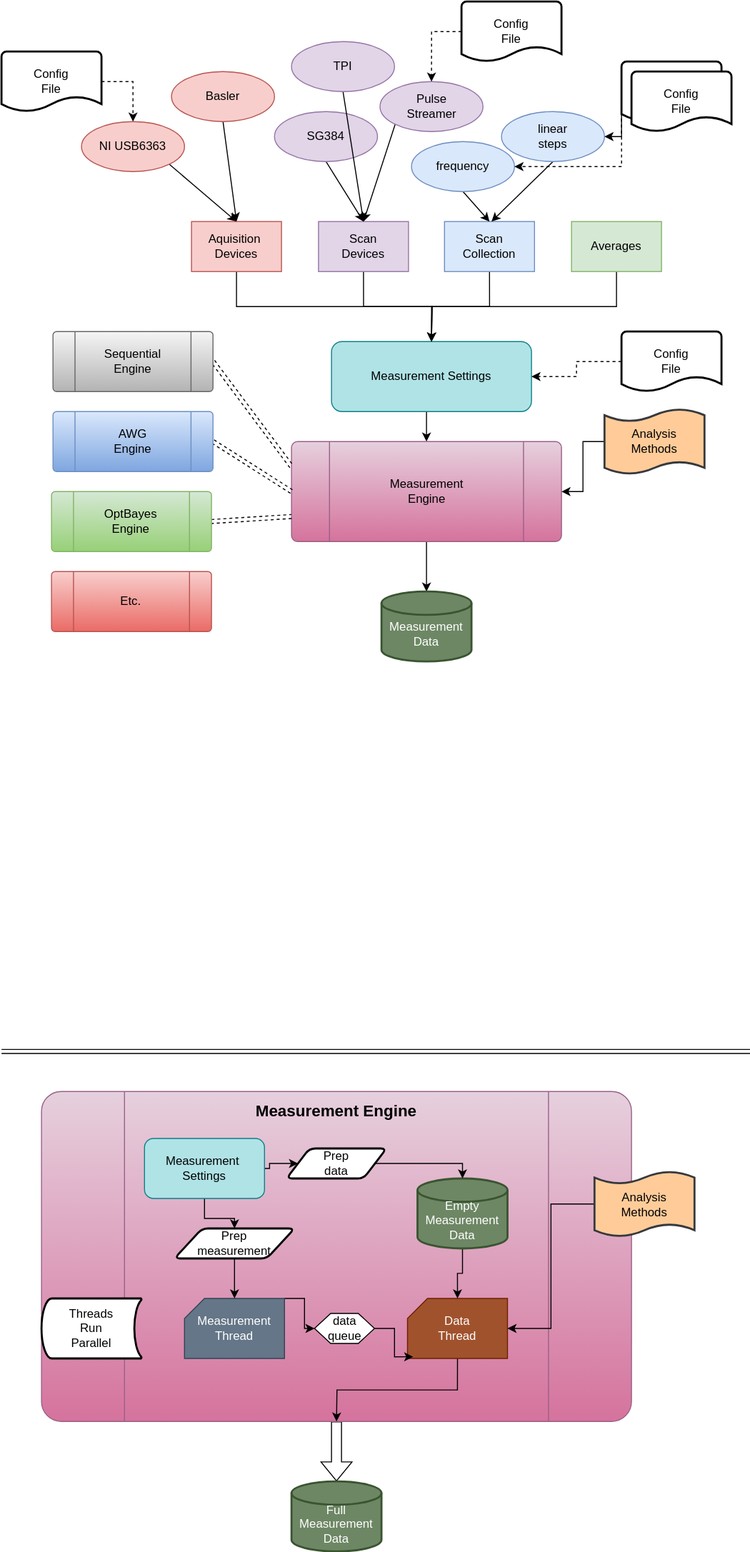
olssonks/baecon keeps this draw.io diagram as Baecon_overview.svg. Above is the earlier version. Source tidied: cells renumbered, new cells last; positions are measured from the earlier drawing's top-left corner, leaving out a move shared by most shapes.
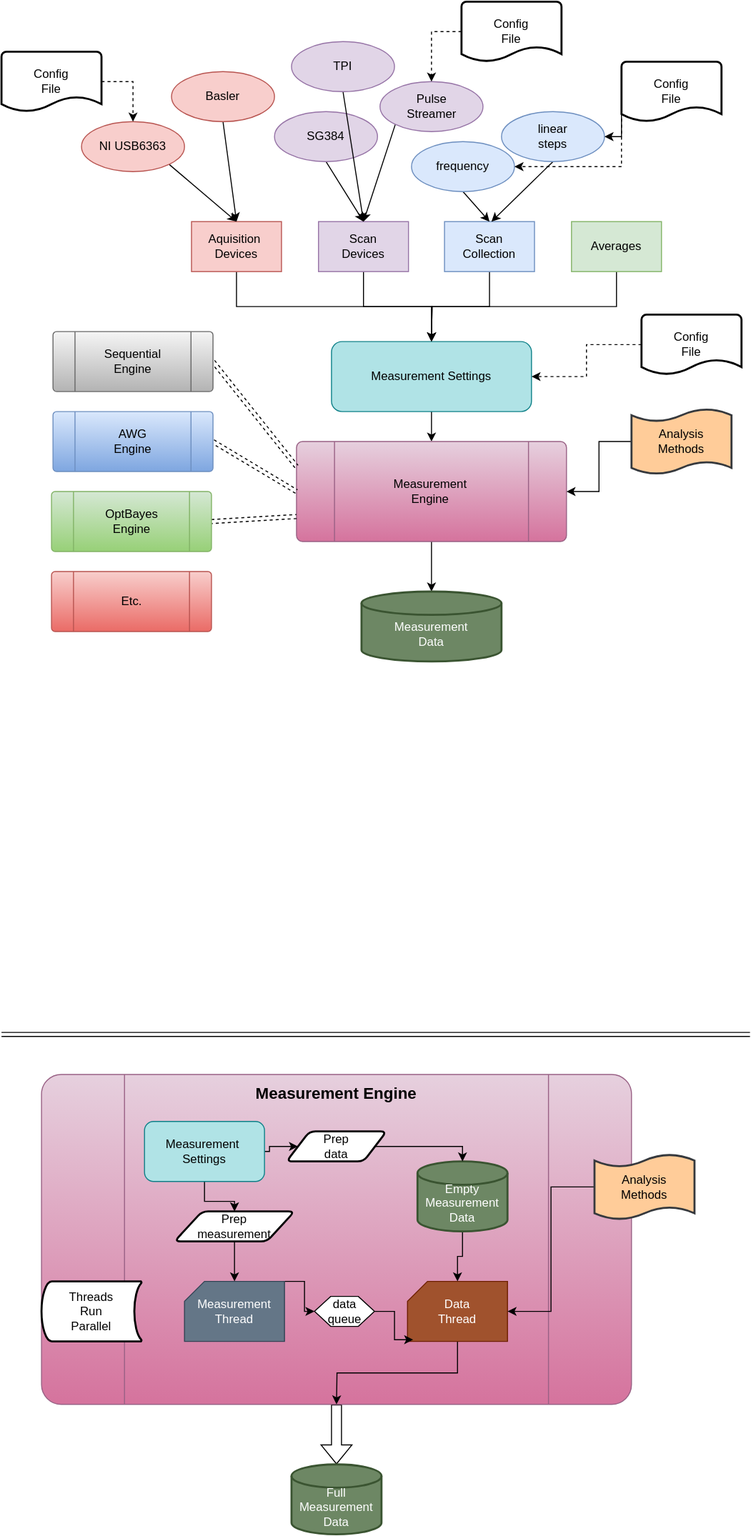
After the change.

Diff of the diagram source:
```diff
@@ -86,7 +86,7 @@
       <mxGeometry relative="1" as="geometry" />
     </mxCell>
     <mxCell id="27" value="&lt;div&gt;Measurement&lt;/div&gt;&lt;div&gt;Engine&lt;br&gt;&lt;/div&gt;" style="verticalLabelPosition=middle;verticalAlign=middle;html=1;shape=process;whiteSpace=wrap;rounded=1;size=0.14;arcSize=6;labelPosition=center;align=center;fillColor=#e6d0de;gradientColor=#d5739d;strokeColor=#996185;" parent="1" vertex="1">
-      <mxGeometry x="290" y="440" width="270" height="100" as="geometry" />
+      <mxGeometry x="295" y="440" width="270" height="100" as="geometry" />
     </mxCell>
     <mxCell id="28" style="rounded=0;jettySize=auto;html=1;exitX=1;exitY=0.5;exitDx=0;exitDy=0;entryX=0;entryY=0.25;entryDx=0;entryDy=0;shadow=0;shape=link;dashed=1;" parent="1" edge="1" source="29" target="27">
       <mxGeometry relative="1" as="geometry" />
@@ -110,21 +110,21 @@
       <mxGeometry relative="1" as="geometry" />
     </mxCell>
     <mxCell id="35" value="&lt;div&gt;Analysis&lt;/div&gt;&lt;div&gt;Methods&lt;br&gt;&lt;/div&gt;" style="shape=tape;whiteSpace=wrap;html=1;strokeWidth=2;size=0.19;fillColor=#ffcc99;strokeColor=#36393d;" parent="1" vertex="1">
-      <mxGeometry x="603" y="407.5" width="100" height="65" as="geometry" />
+      <mxGeometry x="630" y="407.5" width="100" height="65" as="geometry" />
     </mxCell>
     <mxCell id="36" value="&lt;div&gt;Measurement&lt;/div&gt;&lt;div&gt;Data&lt;br&gt;&lt;/div&gt;" style="strokeWidth=2;html=1;shape=mxgraph.flowchart.database;whiteSpace=wrap;spacingTop=15;fillColor=#6d8764;fontColor=#ffffff;strokeColor=#3A5431;" parent="1" vertex="1">
-      <mxGeometry x="380" y="590" width="90" height="70" as="geometry" />
+      <mxGeometry x="360" y="590" width="140" height="70" as="geometry" />
     </mxCell>
     <mxCell id="37" style="edgeStyle=orthogonalEdgeStyle;rounded=0;jettySize=auto;html=1;exitX=0.5;exitY=1;exitDx=0;exitDy=0;entryX=0.5;entryY=0;entryDx=0;entryDy=0;entryPerimeter=0;shape=flexArrow;" parent="1" edge="1" source="38" target="63">
       <mxGeometry relative="1" as="geometry" />
     </mxCell>
     <mxCell id="38" value="&lt;font style=&quot;font-size: 16px;&quot;&gt;&lt;b&gt;Measurement Engine&lt;br&gt;&lt;/b&gt;&lt;/font&gt;" style="verticalLabelPosition=top;verticalAlign=bottom;html=1;shape=process;whiteSpace=wrap;rounded=1;size=0.14;arcSize=6;labelPosition=center;align=center;fillColor=#e6d0de;gradientColor=#d5739d;strokeColor=#996185;spacing=-29;spacingTop=0;" parent="1" vertex="1">
-      <mxGeometry x="40" y="1090" width="590" height="330" as="geometry" />
+      <mxGeometry x="40" y="1073" width="590" height="330" as="geometry" />
     </mxCell>
     <mxCell id="39" style="shape=link;html=1;rounded=0;" parent="1" edge="1">
       <mxGeometry relative="1" as="geometry">
-        <mxPoint y="1050" as="sourcePoint" />
-        <mxPoint x="748.5" y="1050" as="targetPoint" />
+        <mxPoint y="1033" as="sourcePoint" />
+        <mxPoint x="748.5" y="1033" as="targetPoint" />
       </mxGeometry>
     </mxCell>
     <mxCell id="40" style="edgeStyle=orthogonalEdgeStyle;rounded=0;jettySize=auto;html=1;exitX=1;exitY=0.5;exitDx=0;exitDy=0;exitPerimeter=0;entryX=0.5;entryY=0;entryDx=0;entryDy=0;dashed=1;" parent="1" edge="1" source="41" target="13">
@@ -159,8 +159,8 @@
     <mxCell id="47" style="edgeStyle=orthogonalEdgeStyle;rounded=0;jettySize=auto;html=1;exitX=1;exitY=0.5;exitDx=0;exitDy=0;entryX=0;entryY=0.5;entryDx=0;entryDy=0;" parent="1" edge="1" source="49" target="60">
       <mxGeometry relative="1" as="geometry">
         <Array as="points">
-          <mxPoint x="268" y="1167" />
-          <mxPoint x="268" y="1162" />
+          <mxPoint x="268" y="1150" />
+          <mxPoint x="268" y="1145" />
         </Array>
       </mxGeometry>
     </mxCell>
@@ -168,75 +168,72 @@
       <mxGeometry relative="1" as="geometry" />
     </mxCell>
     <mxCell id="49" value="&lt;div&gt;Measurement&amp;nbsp;&lt;/div&gt;&lt;div&gt;Settings&lt;/div&gt;" style="rounded=1;whiteSpace=wrap;html=1;fillColor=#b0e3e6;strokeColor=#0e8088;" parent="1" vertex="1">
-      <mxGeometry x="143" y="1137" width="120" height="60" as="geometry" />
+      <mxGeometry x="143" y="1120" width="120" height="60" as="geometry" />
     </mxCell>
     <mxCell id="50" style="edgeStyle=orthogonalEdgeStyle;rounded=0;jettySize=auto;html=1;exitX=1;exitY=0;exitDx=0;exitDy=0;exitPerimeter=0;entryX=0;entryY=0.5;entryDx=0;entryDy=0;" parent="1" edge="1" source="51" target="58">
       <mxGeometry relative="1" as="geometry">
         <Array as="points">
-          <mxPoint x="303" y="1297" />
-          <mxPoint x="303" y="1327" />
+          <mxPoint x="303" y="1280" />
+          <mxPoint x="303" y="1310" />
         </Array>
       </mxGeometry>
     </mxCell>
     <mxCell id="51" value="&lt;div&gt;Measurement&lt;/div&gt;&lt;div&gt;Thread&lt;br&gt;&lt;/div&gt;" style="verticalLabelPosition=middle;verticalAlign=middle;html=1;shape=card;whiteSpace=wrap;size=20;arcSize=12;labelPosition=center;align=center;fillColor=#647687;fontColor=#ffffff;strokeColor=#314354;" parent="1" vertex="1">
-      <mxGeometry x="183" y="1297" width="100" height="60" as="geometry" />
+      <mxGeometry x="183" y="1280" width="100" height="60" as="geometry" />
     </mxCell>
     <mxCell id="52" style="edgeStyle=orthogonalEdgeStyle;rounded=0;jettySize=auto;html=1;exitX=0.5;exitY=1;exitDx=0;exitDy=0;exitPerimeter=0;" parent="1" edge="1" source="53">
       <mxGeometry relative="1" as="geometry">
-        <mxPoint x="335" y="1420" as="targetPoint" />
+        <mxPoint x="335" y="1403" as="targetPoint" />
       </mxGeometry>
     </mxCell>
     <mxCell id="53" value="&lt;div&gt;Data&lt;br&gt;&lt;/div&gt;&lt;div&gt;Thread&lt;br&gt;&lt;/div&gt;" style="verticalLabelPosition=middle;verticalAlign=middle;html=1;shape=card;whiteSpace=wrap;size=20;arcSize=12;labelPosition=center;align=center;fillColor=#a0522d;fontColor=#ffffff;strokeColor=#6D1F00;" parent="1" vertex="1">
-      <mxGeometry x="406" y="1297" width="100" height="60" as="geometry" />
+      <mxGeometry x="406" y="1280" width="100" height="60" as="geometry" />
     </mxCell>
     <mxCell id="54" style="edgeStyle=orthogonalEdgeStyle;rounded=0;jettySize=auto;html=1;exitX=0.5;exitY=1;exitDx=0;exitDy=0;exitPerimeter=0;entryX=0.5;entryY=0;entryDx=0;entryDy=0;entryPerimeter=0;" parent="1" edge="1" source="55" target="53">
       <mxGeometry relative="1" as="geometry" />
     </mxCell>
     <mxCell id="55" value="&lt;div&gt;Empty&lt;br&gt;&lt;/div&gt;&lt;div&gt;Measurement&lt;/div&gt;&lt;div&gt;Data&lt;br&gt;&lt;/div&gt;" style="strokeWidth=2;html=1;shape=mxgraph.flowchart.database;whiteSpace=wrap;spacingTop=15;fillColor=#6d8764;fontColor=#ffffff;strokeColor=#3A5431;" parent="1" vertex="1">
-      <mxGeometry x="416" y="1177" width="90" height="70" as="geometry" />
+      <mxGeometry x="416" y="1160" width="90" height="70" as="geometry" />
     </mxCell>
     <mxCell id="56" value="&lt;div&gt;Threads&lt;/div&gt;&lt;div&gt;Run&lt;/div&gt;&lt;div&gt;Parallel&lt;br&gt;&lt;/div&gt;" style="strokeWidth=2;html=1;shape=mxgraph.flowchart.stored_data;whiteSpace=wrap;" parent="1" vertex="1">
-      <mxGeometry x="40" y="1297" width="100" height="60" as="geometry" />
+      <mxGeometry x="40" y="1280" width="100" height="60" as="geometry" />
     </mxCell>
     <mxCell id="57" style="edgeStyle=orthogonalEdgeStyle;rounded=0;jettySize=auto;html=1;exitX=1;exitY=0.5;exitDx=0;exitDy=0;entryX=0.057;entryY=0.972;entryDx=0;entryDy=0;entryPerimeter=0;" parent="1" edge="1" source="58" target="53">
       <mxGeometry relative="1" as="geometry" />
     </mxCell>
     <mxCell id="58" value="&lt;div&gt;data&lt;/div&gt;&lt;div&gt;queue&lt;/div&gt;" style="verticalLabelPosition=middle;verticalAlign=middle;html=1;shape=hexagon;perimeter=hexagonPerimeter2;arcSize=6;size=0.27;labelPosition=center;align=center;" parent="1" vertex="1">
-      <mxGeometry x="313" y="1312" width="60" height="30" as="geometry" />
+      <mxGeometry x="313" y="1295" width="60" height="30" as="geometry" />
     </mxCell>
     <mxCell id="59" style="edgeStyle=orthogonalEdgeStyle;rounded=0;jettySize=auto;html=1;exitX=1;exitY=0.5;exitDx=0;exitDy=0;entryX=0.5;entryY=0;entryDx=0;entryDy=0;entryPerimeter=0;" parent="1" edge="1" source="60" target="55">
       <mxGeometry relative="1" as="geometry">
         <Array as="points">
-          <mxPoint x="461" y="1162" />
+          <mxPoint x="461" y="1145" />
         </Array>
       </mxGeometry>
     </mxCell>
     <mxCell id="60" value="&lt;div&gt;Prep&lt;/div&gt;&lt;div&gt;data&lt;br&gt;&lt;/div&gt;" style="shape=parallelogram;html=1;strokeWidth=2;perimeter=parallelogramPerimeter;whiteSpace=wrap;rounded=1;arcSize=12;size=0.23;" parent="1" vertex="1">
-      <mxGeometry x="285" y="1147" width="100" height="30" as="geometry" />
+      <mxGeometry x="285" y="1130" width="100" height="30" as="geometry" />
     </mxCell>
     <mxCell id="61" style="edgeStyle=orthogonalEdgeStyle;rounded=0;jettySize=auto;html=1;exitX=0.5;exitY=1;exitDx=0;exitDy=0;entryX=0.5;entryY=0;entryDx=0;entryDy=0;entryPerimeter=0;" parent="1" edge="1" source="62" target="51">
       <mxGeometry relative="1" as="geometry" />
     </mxCell>
     <mxCell id="62" value="&lt;div&gt;Prep&lt;/div&gt;&lt;div&gt;measurement&lt;br&gt;&lt;/div&gt;" style="shape=parallelogram;html=1;strokeWidth=2;perimeter=parallelogramPerimeter;whiteSpace=wrap;rounded=1;arcSize=12;size=0.23;" parent="1" vertex="1">
-      <mxGeometry x="173" y="1227" width="120" height="30" as="geometry" />
+      <mxGeometry x="173" y="1210" width="120" height="30" as="geometry" />
     </mxCell>
     <mxCell id="63" value="&lt;div&gt;Full&lt;br&gt;&lt;/div&gt;&lt;div&gt;Measurement&lt;/div&gt;&lt;div&gt;Data&lt;br&gt;&lt;/div&gt;" style="strokeWidth=2;html=1;shape=mxgraph.flowchart.database;whiteSpace=wrap;spacingTop=15;fillColor=#6d8764;fontColor=#ffffff;strokeColor=#3A5431;" parent="1" vertex="1">
-      <mxGeometry x="290" y="1480" width="90" height="70" as="geometry" />
+      <mxGeometry x="290" y="1463" width="90" height="70" as="geometry" />
     </mxCell>
     <mxCell id="64" style="edgeStyle=orthogonalEdgeStyle;rounded=0;jettySize=auto;html=1;exitX=0;exitY=0.5;exitDx=0;exitDy=0;exitPerimeter=0;entryX=1;entryY=0.5;entryDx=0;entryDy=0;entryPerimeter=0;" parent="1" edge="1" source="65" target="53">
       <mxGeometry relative="1" as="geometry" />
     </mxCell>
     <mxCell id="65" value="&lt;div&gt;Analysis&lt;/div&gt;&lt;div&gt;Methods&lt;br&gt;&lt;/div&gt;" style="shape=tape;whiteSpace=wrap;html=1;strokeWidth=2;size=0.19;fillColor=#ffcc99;strokeColor=#36393d;" parent="1" vertex="1">
-      <mxGeometry x="593" y="1170" width="100" height="65" as="geometry" />
+      <mxGeometry x="593" y="1153" width="100" height="65" as="geometry" />
     </mxCell>
-    <mxCell id="66" value="&lt;div&gt;Config&lt;/div&gt;&lt;div&gt;File&lt;br&gt;&lt;/div&gt;" style="strokeWidth=2;html=1;shape=mxgraph.flowchart.document2;whiteSpace=wrap;size=0.25;" parent="1" vertex="1">
-      <mxGeometry x="630" y="70" width="100" height="60" as="geometry" />
-    </mxCell>
     <mxCell id="67" style="edgeStyle=orthogonalEdgeStyle;rounded=0;jettySize=auto;html=1;exitX=0;exitY=0.5;exitDx=0;exitDy=0;exitPerimeter=0;entryX=1;entryY=0.5;entryDx=0;entryDy=0;dashed=1;" parent="1" edge="1" source="68" target="3">
       <mxGeometry relative="1" as="geometry" />
     </mxCell>
     <mxCell id="68" value="&lt;div&gt;Config&lt;/div&gt;&lt;div&gt;File&lt;br&gt;&lt;/div&gt;" style="strokeWidth=2;html=1;shape=mxgraph.flowchart.document2;whiteSpace=wrap;size=0.25;" parent="1" vertex="1">
-      <mxGeometry x="620" y="330" width="100" height="60" as="geometry" />
+      <mxGeometry x="640" y="313" width="100" height="60" as="geometry" />
     </mxCell>
     <mxCell id="69" value="Etc." style="verticalLabelPosition=middle;verticalAlign=middle;html=1;shape=process;whiteSpace=wrap;rounded=1;size=0.14;arcSize=6;labelPosition=center;align=center;fillColor=#f8cecc;gradientColor=#ea6b66;strokeColor=#b85450;" parent="1" vertex="1">
       <mxGeometry x="50" y="570" width="160" height="60" as="geometry" />
```
